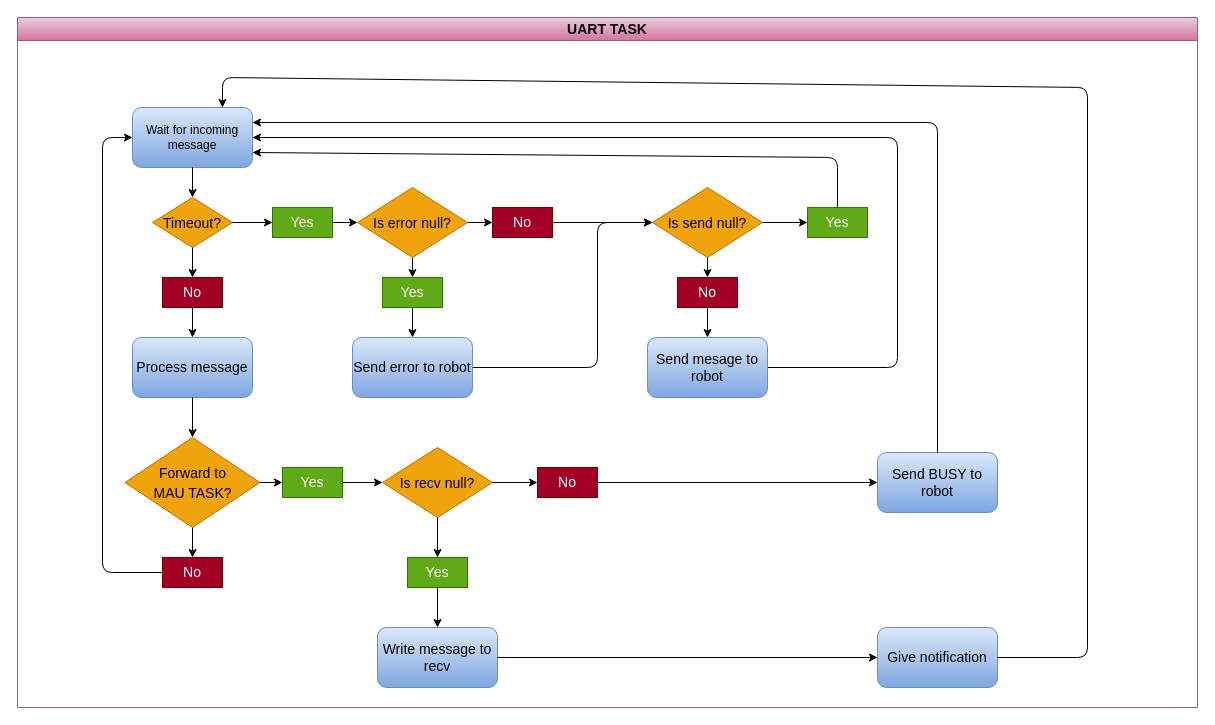
Before: page "UART Task" (3 of 5) of docs.drawio in lasram-engineering/eci, a draw.io diagram. Source tidied: cells renumbered, new cells numbered last; positions are measured from the earlier drawing's top-left corner, leaving out a move shared by most shapes. Both pictures are drawn from the tidied source at 100%, with x=0, y=0 at pixel (17, 17).
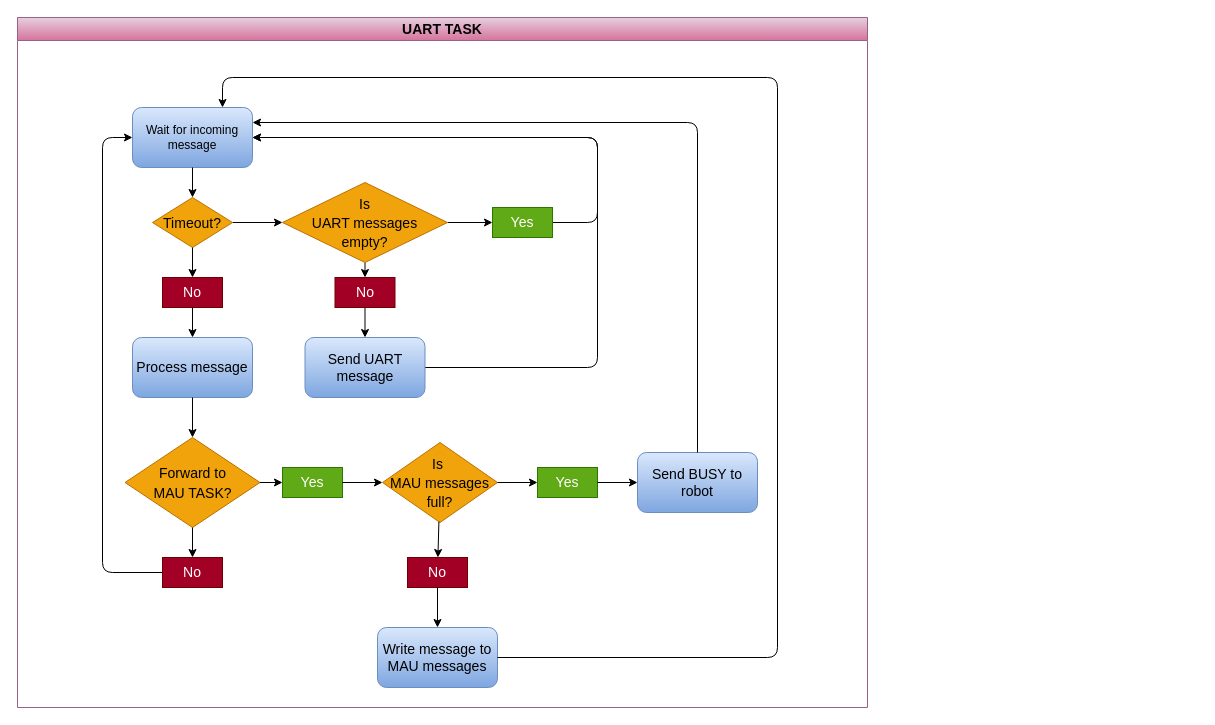
After the change.

Unchanged cells that the change refers to:
```xml
<mxCell id="3" value="Wait for incoming message" style="rounded=1;whiteSpace=wrap;html=1;fillColor=#dae8fc;gradientColor=#7ea6e0;strokeColor=#6c8ebf;" parent="2" vertex="1">
  <mxGeometry x="115" y="90" width="120" height="60" as="geometry" />
</mxCell>
<mxCell id="4" value="&lt;font style=&quot;font-size: 14px;&quot;&gt;Timeout?&lt;/font&gt;" style="rhombus;whiteSpace=wrap;html=1;fillStyle=auto;fontSize=16;fillColor=#f0a30a;fontColor=#000000;strokeColor=#BD7000;" parent="2" vertex="1">
  <mxGeometry x="135" y="180" width="80" height="50" as="geometry" />
</mxCell>
```

Change to the diagram source:
```diff
@@
     <mxCell id="2" value="UART TASK" style="swimlane;whiteSpace=wrap;html=1;fillStyle=auto;fontSize=14;fillColor=#e6d0de;gradientColor=#d5739d;strokeColor=#996185;" parent="1" vertex="1">
-      <mxGeometry width="1180" height="690" as="geometry" />
+      <mxGeometry width="850" height="690" as="geometry" />
     </mxCell>
@@
+    <mxCell id="52" style="edgeStyle=none;html=1;fontSize=17;startArrow=none;startFill=0;endArrow=classic;endFill=1;" parent="2" edge="1" source="4" target="55">
+      <mxGeometry relative="1" as="geometry" />
+    </mxCell>
@@
-    <mxCell id="6" style="edgeStyle=none;html=1;fontSize=14;" parent="2" edge="1" source="7" target="39">
-      <mxGeometry relative="1" as="geometry" />
-    </mxCell>
-    <mxCell id="7" value="Yes" style="rounded=0;whiteSpace=wrap;html=1;fillStyle=auto;fontSize=14;fillColor=#60a917;strokeColor=#2D7600;fontColor=#ffffff;" parent="2" vertex="1">
-      <mxGeometry x="255" y="190" width="60" height="30" as="geometry" />
-    </mxCell>
-    <mxCell id="8" style="edgeStyle=none;html=1;fontSize=14;" parent="2" edge="1" source="4" target="7">
-      <mxGeometry relative="1" as="geometry" />
-    </mxCell>
@@
-    <mxCell id="11" value="&lt;font style=&quot;font-size: 14px;&quot;&gt;Is send null?&lt;/font&gt;" style="rhombus;whiteSpace=wrap;html=1;fillStyle=auto;fontSize=16;fillColor=#f0a30a;fontColor=#000000;strokeColor=#BD7000;" parent="2" vertex="1">
-      <mxGeometry x="635" y="170" width="110" height="70" as="geometry" />
-    </mxCell>
-    <mxCell id="12" style="edgeStyle=none;html=1;exitX=0.5;exitY=0;exitDx=0;exitDy=0;entryX=1;entryY=0.75;entryDx=0;entryDy=0;fontSize=14;" parent="2" edge="1" source="13" target="3">
-      <mxGeometry relative="1" as="geometry">
-        <Array as="points">
-          <mxPoint x="820" y="140" />
-        </Array>
-      </mxGeometry>
-    </mxCell>
-    <mxCell id="13" value="Yes" style="rounded=0;whiteSpace=wrap;html=1;fillStyle=auto;fontSize=14;fillColor=#60a917;strokeColor=#2D7600;fontColor=#ffffff;" parent="2" vertex="1">
-      <mxGeometry x="790" y="190" width="60" height="30" as="geometry" />
-    </mxCell>
-    <mxCell id="14" style="edgeStyle=none;html=1;fontSize=14;" parent="2" edge="1" source="11" target="13">
-      <mxGeometry relative="1" as="geometry" />
-    </mxCell>
-    <mxCell id="15" value="No" style="rounded=0;whiteSpace=wrap;html=1;fillStyle=auto;fontSize=14;fillColor=#a20025;strokeColor=#6F0000;fontColor=#ffffff;" parent="2" vertex="1">
-      <mxGeometry x="660" y="260" width="60" height="30" as="geometry" />
-    </mxCell>
-    <mxCell id="16" style="edgeStyle=none;html=1;fontSize=14;" parent="2" edge="1" source="11" target="15">
-      <mxGeometry relative="1" as="geometry" />
-    </mxCell>
-    <mxCell id="17" style="edgeStyle=none;html=1;exitX=1;exitY=0.5;exitDx=0;exitDy=0;entryX=1;entryY=0.5;entryDx=0;entryDy=0;fontSize=14;" parent="2" edge="1" source="18" target="3">
-      <mxGeometry relative="1" as="geometry">
-        <Array as="points">
-          <mxPoint x="880" y="350" />
-          <mxPoint x="880" y="120" />
-        </Array>
-      </mxGeometry>
-    </mxCell>
-    <mxCell id="18" value="Send mesage to robot" style="rounded=1;whiteSpace=wrap;html=1;fillStyle=hatch;fontSize=14;fillColor=#dae8fc;gradientColor=#7ea6e0;strokeColor=#6c8ebf;" parent="2" vertex="1">
-      <mxGeometry x="630" y="320" width="120" height="60" as="geometry" />
-    </mxCell>
-    <mxCell id="19" style="edgeStyle=none;html=1;fontSize=14;" parent="2" edge="1" source="15" target="18">
-      <mxGeometry relative="1" as="geometry" />
-    </mxCell>
@@
-    <mxCell id="29" value="&lt;font style=&quot;font-size: 14px;&quot;&gt;Is recv null?&lt;/font&gt;" style="rhombus;whiteSpace=wrap;html=1;fillStyle=auto;fontSize=16;fillColor=#f0a30a;fontColor=#000000;strokeColor=#BD7000;" parent="2" vertex="1">
-      <mxGeometry x="365" y="430" width="110" height="70" as="geometry" />
+    <mxCell id="29" value="&lt;font style=&quot;font-size: 14px;&quot;&gt;Is&amp;nbsp;&lt;br&gt;MAU messages&lt;br&gt;full?&lt;br&gt;&lt;/font&gt;" style="rhombus;whiteSpace=wrap;html=1;fillStyle=auto;fontSize=16;fillColor=#f0a30a;fontColor=#000000;strokeColor=#BD7000;" parent="2" vertex="1">
+      <mxGeometry x="365" y="425" width="115" height="80" as="geometry" />
     </mxCell>
@@
-    <mxCell id="31" value="Yes" style="rounded=0;whiteSpace=wrap;html=1;fillStyle=auto;fontSize=14;fillColor=#60a917;strokeColor=#2D7600;fontColor=#ffffff;" parent="2" vertex="1">
+    <mxCell id="31" value="No" style="rounded=0;whiteSpace=wrap;html=1;fillStyle=auto;fontSize=14;fillColor=#a20025;strokeColor=#6F0000;fontColor=#ffffff;" parent="2" vertex="1">
       <mxGeometry x="390" y="540" width="60" height="30" as="geometry" />
     </mxCell>
@@
-    <mxCell id="33" value="No" style="rounded=0;whiteSpace=wrap;html=1;fillStyle=auto;fontSize=14;fillColor=#a20025;strokeColor=#6F0000;fontColor=#ffffff;" parent="2" vertex="1">
+    <mxCell id="33" value="Yes" style="rounded=0;whiteSpace=wrap;html=1;fillStyle=auto;fontSize=14;fillColor=#60a917;strokeColor=#2D7600;fontColor=#ffffff;" parent="2" vertex="1">
       <mxGeometry x="520" y="450" width="60" height="30" as="geometry" />
     </mxCell>
@@
-    <mxCell id="35" value="Write message to recv" style="rounded=1;whiteSpace=wrap;html=1;fillStyle=hatch;fontSize=14;fillColor=#dae8fc;gradientColor=#7ea6e0;strokeColor=#6c8ebf;" parent="2" vertex="1">
+    <mxCell id="35" value="Write message to MAU messages" style="rounded=1;whiteSpace=wrap;html=1;fillStyle=hatch;fontSize=14;fillColor=#dae8fc;gradientColor=#7ea6e0;strokeColor=#6c8ebf;" parent="2" vertex="1">
       <mxGeometry x="360" y="610" width="120" height="60" as="geometry" />
     </mxCell>
@@
-    <mxCell id="37" style="edgeStyle=none;html=1;fontSize=14;" parent="2" edge="1" source="39" target="41">
-      <mxGeometry relative="1" as="geometry" />
-    </mxCell>
-    <mxCell id="38" style="edgeStyle=none;html=1;fontSize=14;" parent="2" edge="1" source="39" target="43">
-      <mxGeometry relative="1" as="geometry" />
-    </mxCell>
-    <mxCell id="39" value="&lt;font style=&quot;font-size: 14px;&quot;&gt;Is error null?&lt;/font&gt;" style="rhombus;whiteSpace=wrap;html=1;fillStyle=auto;fontSize=16;fillColor=#f0a30a;fontColor=#000000;strokeColor=#BD7000;" parent="2" vertex="1">
-      <mxGeometry x="340" y="170" width="110" height="70" as="geometry" />
-    </mxCell>
-    <mxCell id="40" style="edgeStyle=none;html=1;fontSize=14;" parent="2" edge="1" source="41" target="11">
-      <mxGeometry relative="1" as="geometry" />
-    </mxCell>
-    <mxCell id="41" value="No" style="rounded=0;whiteSpace=wrap;html=1;fillStyle=auto;fontSize=14;fillColor=#a20025;strokeColor=#6F0000;fontColor=#ffffff;" parent="2" vertex="1">
-      <mxGeometry x="475" y="190" width="60" height="30" as="geometry" />
-    </mxCell>
-    <mxCell id="42" style="edgeStyle=none;html=1;fontSize=14;" parent="2" edge="1" source="43" target="45">
-      <mxGeometry relative="1" as="geometry" />
-    </mxCell>
-    <mxCell id="43" value="Yes" style="rounded=0;whiteSpace=wrap;html=1;fillStyle=auto;fontSize=14;fillColor=#60a917;strokeColor=#2D7600;fontColor=#ffffff;" parent="2" vertex="1">
-      <mxGeometry x="365" y="260" width="60" height="30" as="geometry" />
-    </mxCell>
-    <mxCell id="44" style="edgeStyle=none;html=1;exitX=1;exitY=0.5;exitDx=0;exitDy=0;entryX=0;entryY=0.5;entryDx=0;entryDy=0;fontSize=14;" parent="2" edge="1" source="45" target="11">
-      <mxGeometry relative="1" as="geometry">
-        <Array as="points">
-          <mxPoint x="580" y="350" />
-          <mxPoint x="580" y="205" />
-        </Array>
-      </mxGeometry>
-    </mxCell>
-    <mxCell id="45" value="Send error to robot" style="rounded=1;whiteSpace=wrap;html=1;fillStyle=hatch;fontSize=14;fillColor=#dae8fc;gradientColor=#7ea6e0;strokeColor=#6c8ebf;" parent="2" vertex="1">
-      <mxGeometry x="335" y="320" width="120" height="60" as="geometry" />
-    </mxCell>
     <mxCell id="46" value="Send BUSY to robot" style="rounded=1;whiteSpace=wrap;html=1;fillStyle=hatch;fontSize=14;fillColor=#dae8fc;gradientColor=#7ea6e0;strokeColor=#6c8ebf;" parent="2" vertex="1">
-      <mxGeometry x="860" y="435" width="120" height="60" as="geometry" />
+      <mxGeometry x="620" y="435" width="120" height="60" as="geometry" />
     </mxCell>
     <mxCell id="47" style="edgeStyle=none;html=1;exitX=0.5;exitY=0;exitDx=0;exitDy=0;entryX=1;entryY=0.25;entryDx=0;entryDy=0;fontSize=14;" parent="2" edge="1" source="46" target="3">
       <mxGeometry relative="1" as="geometry">
         <Array as="points">
-          <mxPoint x="920" y="105" />
+          <mxPoint x="680" y="105" />
         </Array>
       </mxGeometry>
     </mxCell>
@@
-    <mxCell id="49" value="Give notification" style="rounded=1;whiteSpace=wrap;html=1;fillStyle=hatch;fontSize=14;fillColor=#dae8fc;gradientColor=#7ea6e0;strokeColor=#6c8ebf;" parent="2" vertex="1">
-      <mxGeometry x="860" y="610" width="120" height="60" as="geometry" />
-    </mxCell>
-    <mxCell id="50" style="edgeStyle=none;html=1;exitX=1;exitY=0.5;exitDx=0;exitDy=0;entryX=0.75;entryY=0;entryDx=0;entryDy=0;fontSize=14;" parent="2" edge="1" source="49" target="3">
+    <mxCell id="50" style="edgeStyle=none;html=1;exitX=1;exitY=0.5;exitDx=0;exitDy=0;entryX=0.75;entryY=0;entryDx=0;entryDy=0;fontSize=14;" parent="2" edge="1" source="35" target="3">
       <mxGeometry relative="1" as="geometry">
         <Array as="points">
-          <mxPoint x="1070" y="640" />
-          <mxPoint x="1070" y="70" />
+          <mxPoint x="760" y="640" />
+          <mxPoint x="760" y="60" />
           <mxPoint x="205" y="60" />
         </Array>
       </mxGeometry>
     </mxCell>
-    <mxCell id="51" style="edgeStyle=none;html=1;exitX=1;exitY=0.5;exitDx=0;exitDy=0;fontSize=14;" parent="2" edge="1" source="35" target="49">
-      <mxGeometry relative="1" as="geometry" />
-    </mxCell>
+    <mxCell id="53" style="edgeStyle=none;html=1;fontSize=17;startArrow=none;startFill=0;endArrow=classic;endFill=1;" parent="2" edge="1" source="55" target="57">
+      <mxGeometry relative="1" as="geometry" />
+    </mxCell>
+    <mxCell id="54" style="edgeStyle=none;html=1;fontSize=17;startArrow=none;startFill=0;endArrow=classic;endFill=1;" parent="2" edge="1" source="55" target="59">
+      <mxGeometry relative="1" as="geometry" />
+    </mxCell>
+    <mxCell id="55" value="&lt;font style=&quot;font-size: 14px;&quot;&gt;Is &lt;br&gt;UART messages &lt;br&gt;empty?&lt;/font&gt;" style="rhombus;whiteSpace=wrap;html=1;fillStyle=auto;fontSize=16;fillColor=#f0a30a;fontColor=#000000;strokeColor=#BD7000;" parent="2" vertex="1">
+      <mxGeometry x="265" y="165" width="165" height="80" as="geometry" />
+    </mxCell>
+    <mxCell id="56" style="edgeStyle=none;html=1;exitX=1;exitY=0.5;exitDx=0;exitDy=0;entryX=1;entryY=0.5;entryDx=0;entryDy=0;fontSize=17;startArrow=none;startFill=0;endArrow=classic;endFill=1;" parent="2" edge="1" source="57" target="3">
+      <mxGeometry relative="1" as="geometry">
+        <Array as="points">
+          <mxPoint x="580" y="205" />
+          <mxPoint x="580" y="120" />
+        </Array>
+      </mxGeometry>
+    </mxCell>
+    <mxCell id="57" value="Yes" style="rounded=0;whiteSpace=wrap;html=1;fillStyle=auto;fontSize=14;fillColor=#60a917;strokeColor=#2D7600;fontColor=#ffffff;" parent="2" vertex="1">
+      <mxGeometry x="475" y="190" width="60" height="30" as="geometry" />
+    </mxCell>
+    <mxCell id="58" style="edgeStyle=none;html=1;fontSize=17;startArrow=none;startFill=0;endArrow=classic;endFill=1;" parent="2" edge="1" source="59" target="61">
+      <mxGeometry relative="1" as="geometry" />
+    </mxCell>
+    <mxCell id="59" value="No" style="rounded=0;whiteSpace=wrap;html=1;fillStyle=auto;fontSize=14;fillColor=#a20025;strokeColor=#6F0000;fontColor=#ffffff;" parent="2" vertex="1">
+      <mxGeometry x="317.5" y="260" width="60" height="30" as="geometry" />
+    </mxCell>
+    <mxCell id="60" style="edgeStyle=none;html=1;exitX=1;exitY=0.5;exitDx=0;exitDy=0;entryX=1;entryY=0.5;entryDx=0;entryDy=0;fontSize=17;startArrow=none;startFill=0;endArrow=classic;endFill=1;" parent="2" edge="1" source="61" target="3">
+      <mxGeometry relative="1" as="geometry">
+        <Array as="points">
+          <mxPoint x="580" y="350" />
+          <mxPoint x="580" y="120" />
+        </Array>
+      </mxGeometry>
+    </mxCell>
+    <mxCell id="61" value="Send UART message" style="rounded=1;whiteSpace=wrap;html=1;fillStyle=hatch;fontSize=14;fillColor=#dae8fc;gradientColor=#7ea6e0;strokeColor=#6c8ebf;" parent="2" vertex="1">
+      <mxGeometry x="287.5" y="320" width="120" height="60" as="geometry" />
+    </mxCell>
```
